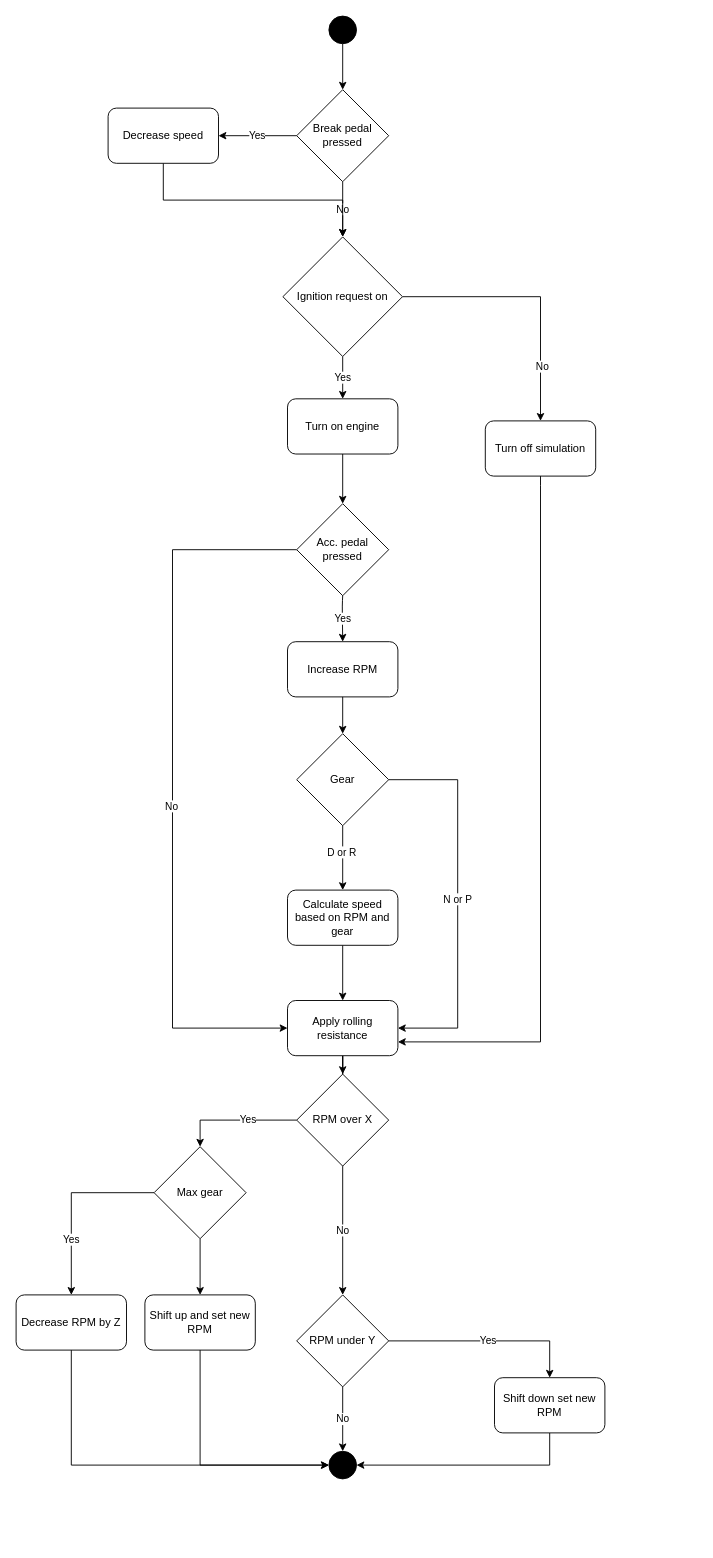
Before: project/system_overview/mvp_definition.drawio in rickardljung/bootcamp_course, a draw.io diagram. Source tidied: cells renumbered, new cells numbered last; positions are measured from the earlier drawing's top-left corner, leaving out a move shared by most shapes. Both pictures are drawn from the tidied source at 92%, with x=0, y=0 at pixel (16, 16).
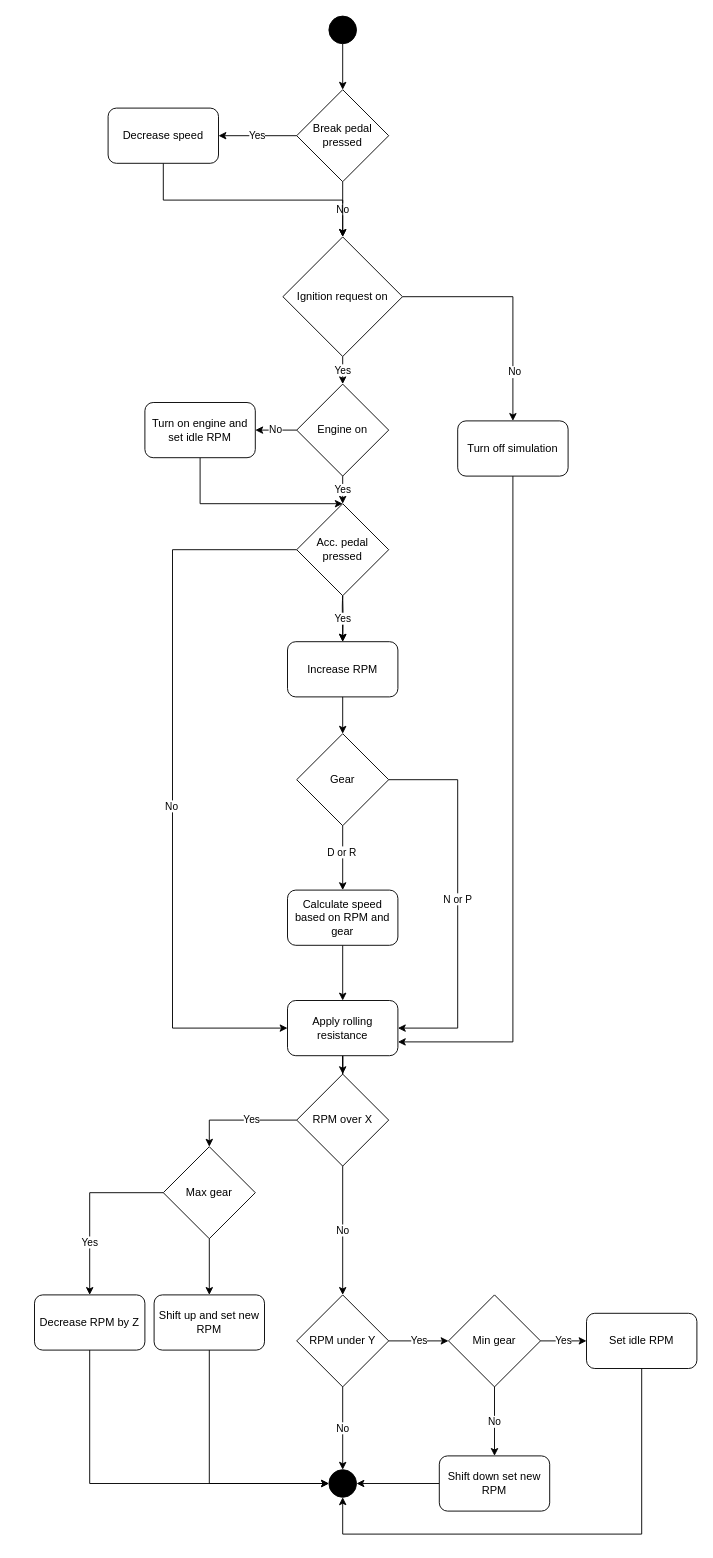
The same diagram, later.

The change refers to these unchanged cells:
```xml
<mxCell id="7" value="Acc. pedal pressed" style="rhombus;whiteSpace=wrap;html=1;fillColor=#FFFFFF;" parent="1" vertex="1">
  <mxGeometry x="305" y="530" width="100" height="100" as="geometry" />
</mxCell>
<mxCell id="9" value="Increase RPM" style="rounded=1;whiteSpace=wrap;html=1;fillColor=#FFFFFF;" parent="1" vertex="1">
  <mxGeometry x="295" y="680" width="120" height="60" as="geometry" />
</mxCell>
<mxCell id="24" value="Ignition request on" style="rhombus;whiteSpace=wrap;html=1;fillColor=#FFFFFF;" parent="1" vertex="1">
  <mxGeometry x="290" y="240" width="130" height="130" as="geometry" />
</mxCell>
<mxCell id="31" value="Apply rolling resistance" style="rounded=1;whiteSpace=wrap;html=1;fillColor=#FFFFFF;" parent="1" vertex="1">
  <mxGeometry x="295" y="1070" width="120" height="60" as="geometry" />
</mxCell>
<mxCell id="39" value="RPM under Y" style="rhombus;whiteSpace=wrap;html=1;fillColor=#FFFFFF;" parent="1" vertex="1">
  <mxGeometry x="305" y="1390" width="100" height="100" as="geometry" />
</mxCell>
```

What changed in the source:
```diff
@@
-    <mxCell id="4" value="Yes" style="endArrow=classic;html=1;exitX=0.5;exitY=1;exitDx=0;exitDy=0;entryX=0.5;entryY=0;entryDx=0;entryDy=0;" parent="1" edge="1" source="24" target="25">
-      <mxGeometry relative="1" as="geometry" />
-    </mxCell>
@@
+    <mxCell id="47" style="edgeStyle=orthogonalEdgeStyle;rounded=0;jettySize=auto;html=1;" parent="1" edge="1" target="9">
+      <mxGeometry relative="1" as="geometry">
+        <mxPoint x="355" y="630" as="sourcePoint" />
+      </mxGeometry>
+    </mxCell>
@@
+    <mxCell id="48" value="Yes" style="edgeStyle=orthogonalEdgeStyle;rounded=0;jettySize=auto;html=1;exitX=0.5;exitY=1;exitDx=0;exitDy=0;entryX=0.5;entryY=0;entryDx=0;entryDy=0;" parent="1" edge="1" source="24" target="52">
+      <mxGeometry relative="1" as="geometry" />
+    </mxCell>
@@
+    <mxCell id="27" style="edgeStyle=orthogonalEdgeStyle;rounded=0;jettySize=auto;html=1;entryX=0.5;entryY=0;entryDx=0;entryDy=0;" parent="1" edge="1" source="25" target="7">
+      <mxGeometry relative="1" as="geometry">
+        <Array as="points">
+          <mxPoint x="200" y="530" />
+        </Array>
+      </mxGeometry>
+    </mxCell>
-    <mxCell id="25" value="Turn on engine" style="rounded=1;whiteSpace=wrap;html=1;fillColor=#FFFFFF;" parent="1" vertex="1">
-      <mxGeometry x="295" y="416" width="120" height="60" as="geometry" />
+    <mxCell id="25" value="Turn on engine and set idle RPM" style="rounded=1;whiteSpace=wrap;html=1;fillColor=#FFFFFF;" parent="1" vertex="1">
+      <mxGeometry x="140" y="420" width="120" height="60" as="geometry" />
     </mxCell>
     <mxCell id="26" style="ellipse;whiteSpace=wrap;html=1;fillColor=#000000;" parent="1" vertex="1">
-      <mxGeometry x="340" y="1560" width="30" height="30" as="geometry" />
+      <mxGeometry x="340" y="1580" width="30" height="30" as="geometry" />
     </mxCell>
-    <mxCell id="27" style="edgeStyle=orthogonalEdgeStyle;rounded=0;jettySize=auto;html=1;exitX=0.5;exitY=1;exitDx=0;exitDy=0;entryX=0.5;entryY=0;entryDx=0;entryDy=0;" parent="1" edge="1" source="25" target="7">
-      <mxGeometry relative="1" as="geometry" />
-    </mxCell>
     <mxCell id="28" style="edgeStyle=orthogonalEdgeStyle;rounded=0;jettySize=auto;html=1;exitX=0.5;exitY=1;exitDx=0;exitDy=0;entryX=1;entryY=0.75;entryDx=0;entryDy=0;" parent="1" edge="1" source="29" target="31">
       <mxGeometry relative="1" as="geometry">
         <Array as="points">
-          <mxPoint x="570" y="510" />
-          <mxPoint x="570" y="1115" />
+          <mxPoint x="540" y="1115" />
         </Array>
       </mxGeometry>
     </mxCell>
     <mxCell id="29" value="Turn off simulation" style="rounded=1;whiteSpace=wrap;html=1;fillColor=#FFFFFF;" parent="1" vertex="1">
-      <mxGeometry x="510" y="440" width="120" height="60" as="geometry" />
+      <mxGeometry x="480" y="440" width="120" height="60" as="geometry" />
     </mxCell>
@@
     <mxCell id="35" style="edgeStyle=orthogonalEdgeStyle;rounded=0;jettySize=auto;html=1;entryX=0;entryY=0.5;entryDx=0;entryDy=0;" parent="1" edge="1" source="36" target="26">
       <mxGeometry relative="1" as="geometry">
         <Array as="points">
-          <mxPoint x="200" y="1575" />
+          <mxPoint x="210" y="1595" />
         </Array>
       </mxGeometry>
     </mxCell>
     <mxCell id="36" value="Shift up and set new RPM" style="rounded=1;whiteSpace=wrap;html=1;fillColor=#FFFFFF;" parent="1" vertex="1">
-      <mxGeometry x="140" y="1390" width="120" height="60" as="geometry" />
+      <mxGeometry x="150" y="1390" width="120" height="60" as="geometry" />
     </mxCell>
@@
-    <mxCell id="38" value="Yes" style="edgeStyle=orthogonalEdgeStyle;rounded=0;jettySize=auto;html=1;entryX=0.5;entryY=0;entryDx=0;entryDy=0;" parent="1" edge="1" source="39" target="41">
-      <mxGeometry relative="1" as="geometry" />
-    </mxCell>
+    <mxCell id="49" value="Yes" style="edgeStyle=orthogonalEdgeStyle;rounded=0;jettySize=auto;html=1;exitX=1;exitY=0.5;exitDx=0;exitDy=0;entryX=0;entryY=0.5;entryDx=0;entryDy=0;" parent="1" edge="1" source="39" target="55">
+      <mxGeometry relative="1" as="geometry" />
+    </mxCell>
@@
-    <mxCell id="40" style="edgeStyle=orthogonalEdgeStyle;rounded=0;jettySize=auto;html=1;entryX=1;entryY=0.5;entryDx=0;entryDy=0;" parent="1" edge="1" source="41" target="26">
-      <mxGeometry relative="1" as="geometry">
-        <Array as="points">
-          <mxPoint x="580" y="1575" />
-        </Array>
-      </mxGeometry>
+    <mxCell id="40" style="edgeStyle=orthogonalEdgeStyle;rounded=0;jettySize=auto;html=1;exitX=0;exitY=0.5;exitDx=0;exitDy=0;entryX=1;entryY=0.5;entryDx=0;entryDy=0;" parent="1" edge="1" source="41" target="26">
+      <mxGeometry relative="1" as="geometry" />
     </mxCell>
     <mxCell id="41" value="Shift down set new RPM" style="rounded=1;whiteSpace=wrap;html=1;fillColor=#FFFFFF;" parent="1" vertex="1">
-      <mxGeometry x="520" y="1480" width="120" height="60" as="geometry" />
+      <mxGeometry x="460" y="1565" width="120" height="60" as="geometry" />
     </mxCell>
@@
     <mxCell id="44" value="Max gear" style="rhombus;whiteSpace=wrap;html=1;fillColor=#FFFFFF;" parent="1" vertex="1">
-      <mxGeometry x="150" y="1228.9" width="100" height="100" as="geometry" />
+      <mxGeometry x="160" y="1228.9" width="100" height="100" as="geometry" />
     </mxCell>
@@
     <mxCell id="46" value="Decrease RPM by Z" style="rounded=1;whiteSpace=wrap;html=1;fillColor=#FFFFFF;" parent="1" vertex="1">
-      <mxGeometry y="1390" width="120" height="60" as="geometry" />
+      <mxGeometry x="20" y="1390" width="120" height="60" as="geometry" />
     </mxCell>
+    <mxCell id="50" value="Yes" style="edgeStyle=orthogonalEdgeStyle;rounded=0;jettySize=auto;html=1;exitX=0.5;exitY=1;exitDx=0;exitDy=0;entryX=0.5;entryY=0;entryDx=0;entryDy=0;" parent="1" edge="1" source="52" target="7">
+      <mxGeometry relative="1" as="geometry" />
+    </mxCell>
+    <mxCell id="51" value="No" style="edgeStyle=orthogonalEdgeStyle;rounded=0;jettySize=auto;html=1;entryX=1;entryY=0.5;entryDx=0;entryDy=0;" parent="1" edge="1" source="52" target="25">
+      <mxGeometry relative="1" as="geometry" />
+    </mxCell>
+    <mxCell id="52" value="Engine on" style="rhombus;whiteSpace=wrap;html=1;fillColor=#FFFFFF;" parent="1" vertex="1">
+      <mxGeometry x="305" y="400" width="100" height="100" as="geometry" />
+    </mxCell>
+    <mxCell id="53" value="Yes" style="edgeStyle=orthogonalEdgeStyle;rounded=0;jettySize=auto;html=1;exitX=1;exitY=0.5;exitDx=0;exitDy=0;entryX=0;entryY=0.5;entryDx=0;entryDy=0;" parent="1" edge="1" source="55" target="57">
+      <mxGeometry relative="1" as="geometry" />
+    </mxCell>
+    <mxCell id="54" value="No" style="edgeStyle=orthogonalEdgeStyle;rounded=0;jettySize=auto;html=1;exitX=0.5;exitY=1;exitDx=0;exitDy=0;entryX=0.5;entryY=0;entryDx=0;entryDy=0;" parent="1" edge="1" source="55" target="41">
+      <mxGeometry relative="1" as="geometry" />
+    </mxCell>
+    <mxCell id="55" value="Min gear" style="rhombus;whiteSpace=wrap;html=1;fillColor=#FFFFFF;" parent="1" vertex="1">
+      <mxGeometry x="470" y="1390" width="100" height="100" as="geometry" />
+    </mxCell>
+    <mxCell id="56" style="edgeStyle=orthogonalEdgeStyle;rounded=0;jettySize=auto;html=1;exitX=0.5;exitY=1;exitDx=0;exitDy=0;entryX=0.5;entryY=1;entryDx=0;entryDy=0;" parent="1" edge="1" source="57" target="26">
+      <mxGeometry relative="1" as="geometry">
+        <Array as="points">
+          <mxPoint x="680" y="1650" />
+          <mxPoint x="355" y="1650" />
+        </Array>
+      </mxGeometry>
+    </mxCell>
+    <mxCell id="57" value="Set idle RPM" style="rounded=1;whiteSpace=wrap;html=1;fillColor=#FFFFFF;" parent="1" vertex="1">
+      <mxGeometry x="620" y="1410" width="120" height="60" as="geometry" />
+    </mxCell>
```
